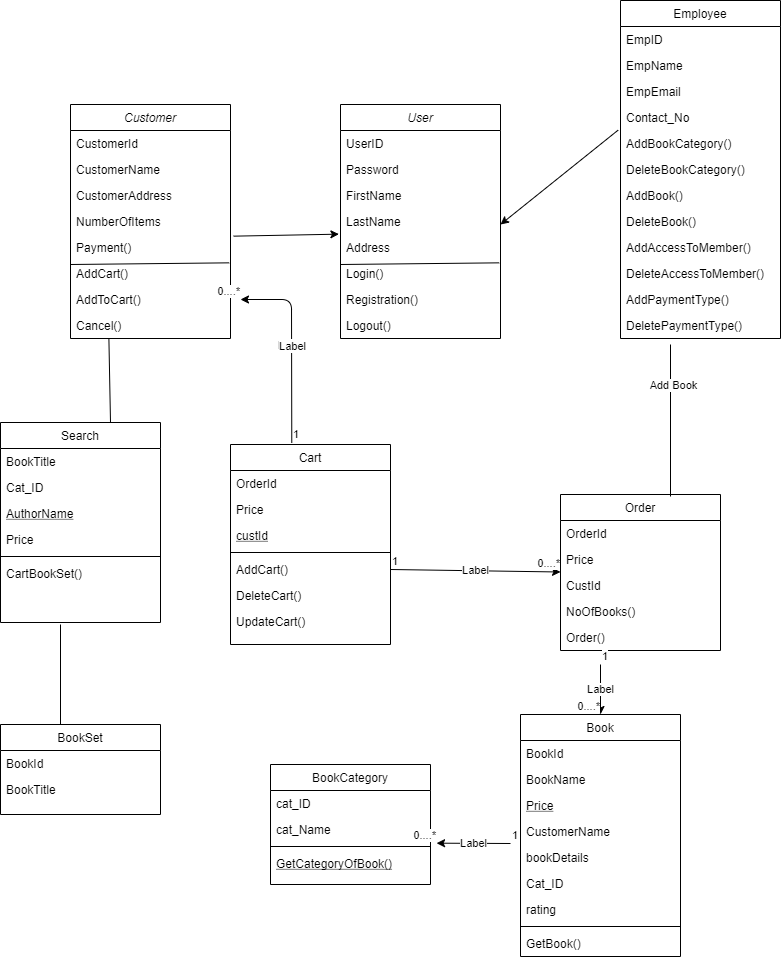
This is ClassDiagram.png from SyamalaSruthi/ElectronicBookCatalog, a draw.io export, as it was before one commit. Source tidied: cells renumbered, new cells last; positions are measured from the earlier drawing's top-left corner, leaving out a move shared by most shapes.
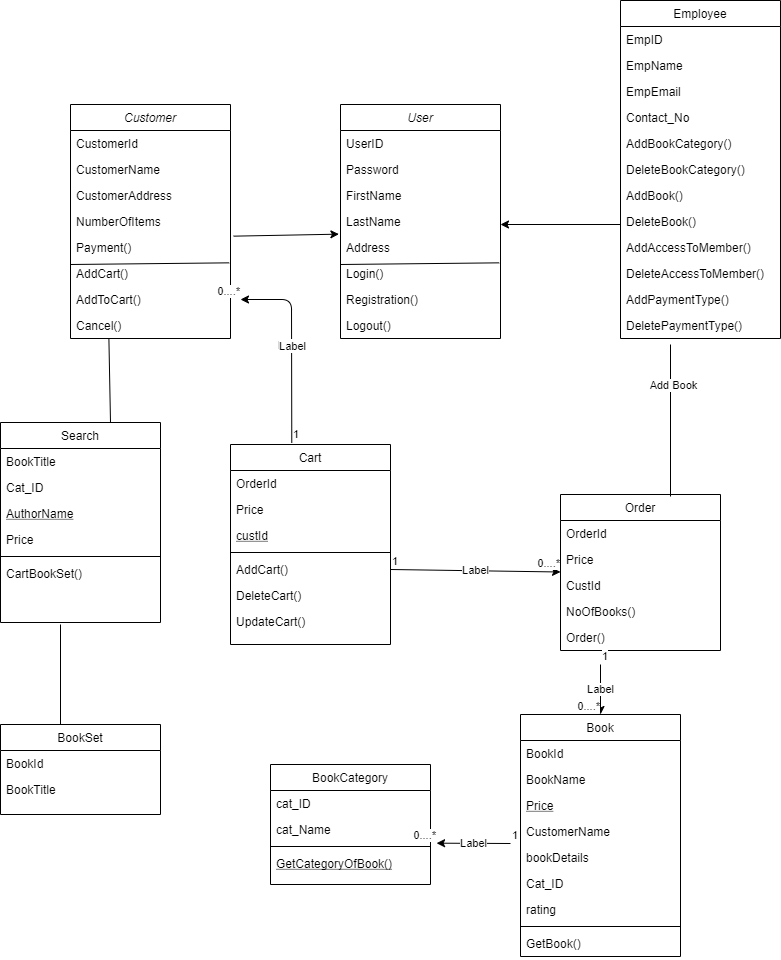
The same diagram one commit later.

Diff of the diagram source:
```diff
@@ -221,8 +221,9 @@
     <mxCell id="74" style="endArrow=classic;html=1;entryX=-0.01;entryY=0.987;entryDx=0;entryDy=0;entryPerimeter=0;exitX=1.019;exitY=0.064;exitDx=0;exitDy=0;exitPerimeter=0;" parent="1" edge="1" source="44" target="6">
       <mxGeometry relative="1" as="geometry" />
     </mxCell>
-    <mxCell id="75" style="endArrow=classic;html=1;exitX=-0.015;exitY=-0.013;exitDx=0;exitDy=0;exitPerimeter=0;" parent="1" edge="1" source="31">
+    <mxCell id="75" style="endArrow=classic;html=1;" parent="1" edge="1">
       <mxGeometry relative="1" as="geometry">
+        <mxPoint x="620" y="224" as="sourcePoint" />
         <mxPoint x="500" y="224" as="targetPoint" />
       </mxGeometry>
     </mxCell>
```
